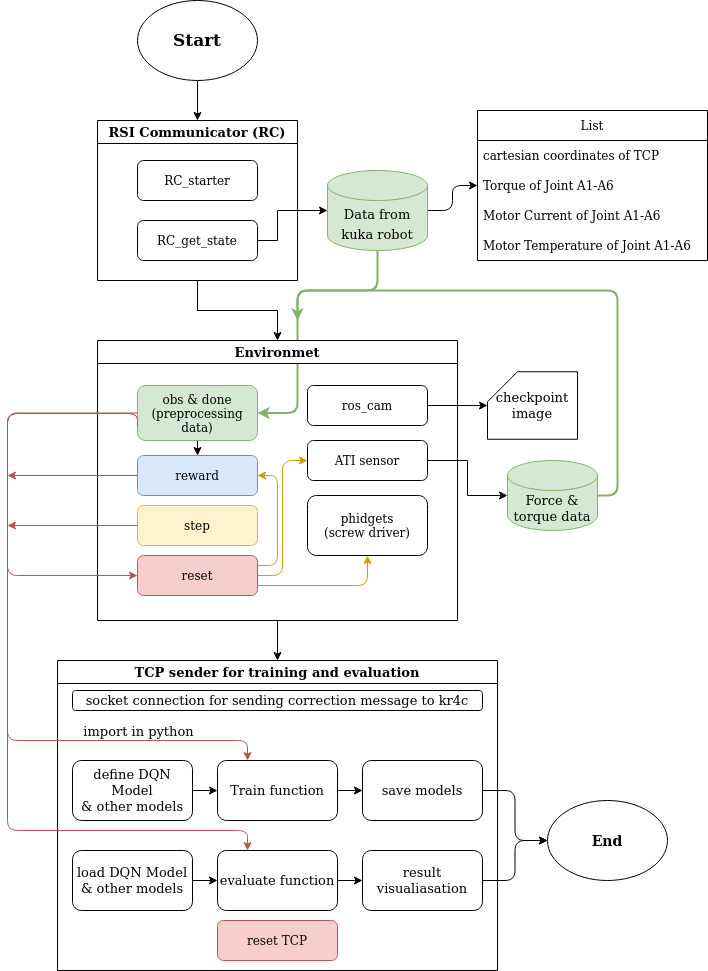
Earlier version of the draw.io export New_Worflow.png (TONiiV/flowcharts). Source tidied: cells renumbered, new cells last; positions are measured from the earlier drawing's top-left corner, leaving out a move shared by most shapes.
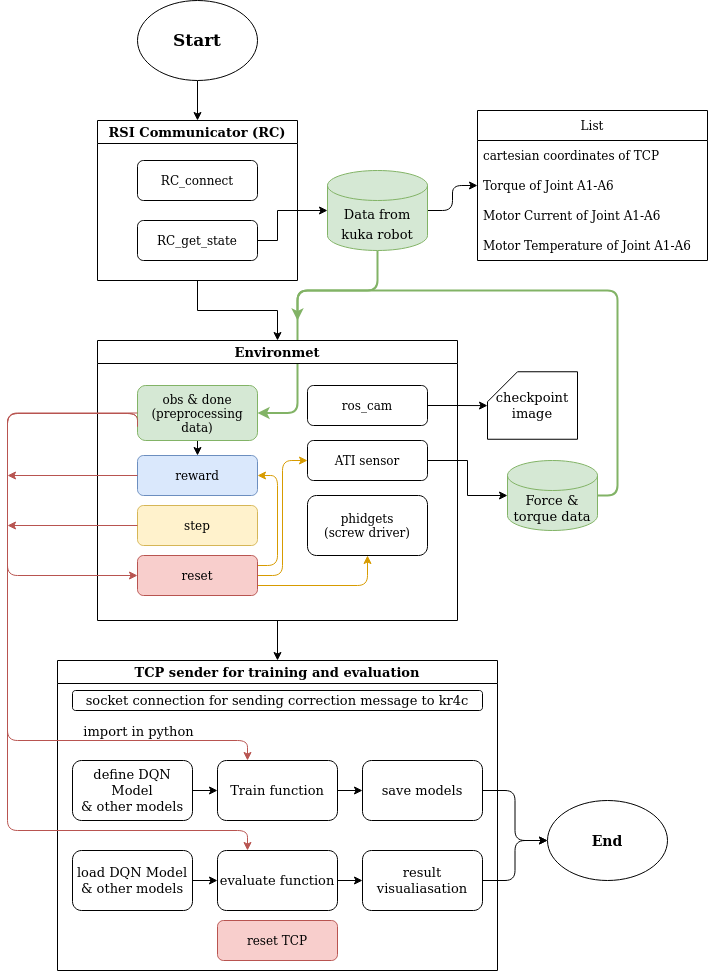
Above is the later version.

Diff of the diagram source:
```diff
@@ -2,7 +2,7 @@
   <root>
     <mxCell id="0" />
     <mxCell id="1" parent="0" />
-    <mxCell id="2" value="RC_starter" style="rounded=1;whiteSpace=wrap;html=1;fontSize=12;glass=0;strokeWidth=1;shadow=0;" parent="1" vertex="1">
+    <mxCell id="2" value="RC_connect" style="rounded=1;whiteSpace=wrap;html=1;fontSize=12;glass=0;strokeWidth=1;shadow=0;" parent="1" vertex="1">
       <mxGeometry x="130" y="160" width="120" height="40" as="geometry" />
     </mxCell>
     <mxCell id="3" style="edgeStyle=orthogonalEdgeStyle;rounded=0;jettySize=auto;html=1;exitX=1;exitY=0.5;exitDx=0;exitDy=0;fontSize=13;" parent="1" edge="1" source="4" target="9">
```
